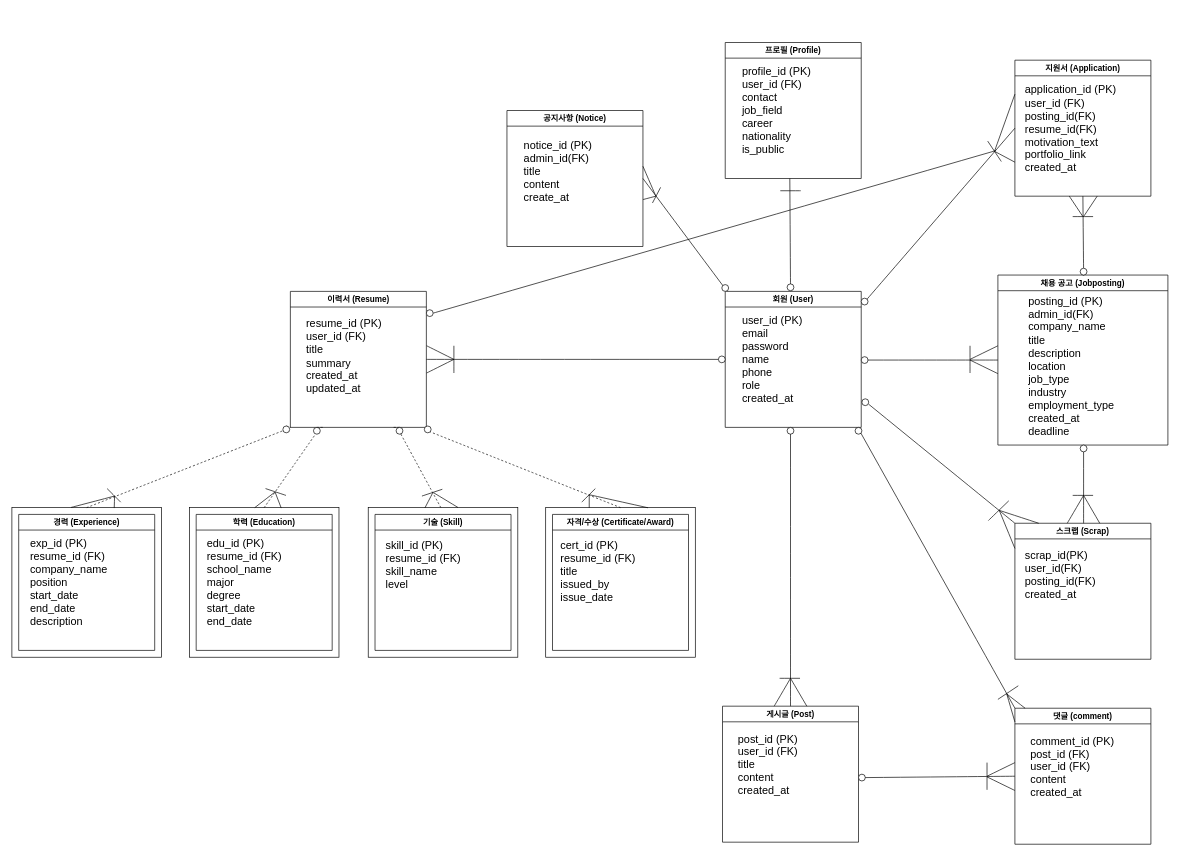
learnner-ms/WebProject keeps this draw.io diagram as test1.drawio. Above is the earlier version. Source tidied: cells renumbered, new cells numbered last; positions are measured from the earlier drawing's top-left corner, leaving out a move shared by most shapes. Both pictures are drawn from the tidied source at 68%, with x=0, y=0 at pixel (12, 42).
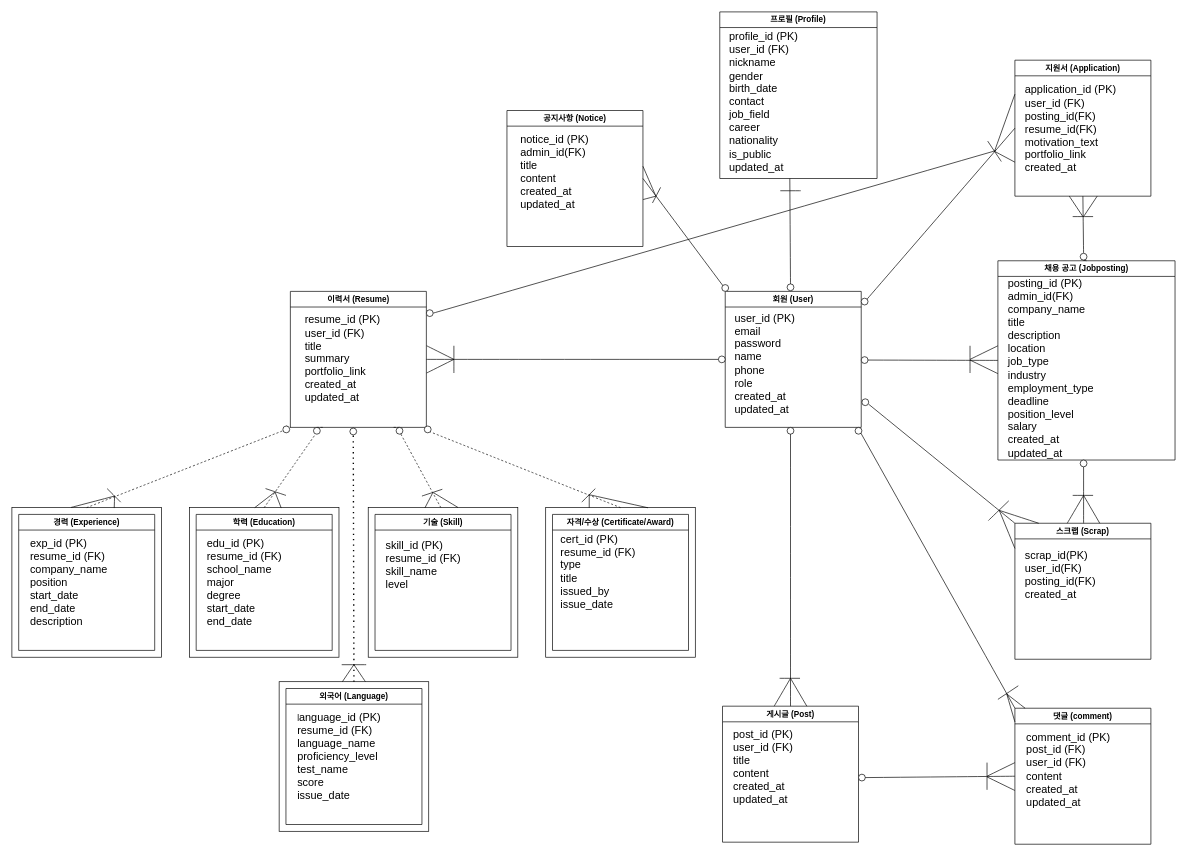
Above is the later version.

Unchanged cells that the change refers to:
```xml
<mxCell id="3" value="회원 (User)" style="swimlane;whiteSpace=wrap;html=1;" parent="1" vertex="1">
  <mxGeometry x="1049" y="366" width="200" height="200" as="geometry" />
</mxCell>
<mxCell id="7" value="이력서 (Resume)" style="swimlane;whiteSpace=wrap;html=1;" parent="1" vertex="1">
  <mxGeometry x="409.5" y="366" width="200" height="200" as="geometry" />
</mxCell>
<mxCell id="21" style="group;" parent="1" vertex="1">
  <mxGeometry x="785" y="684" width="220" height="220" as="geometry" />
</mxCell>
<mxCell id="85" value="게시글 (Post)" style="swimlane;whiteSpace=wrap;html=1;" parent="1" vertex="1">
  <mxGeometry x="1045" y="976" width="200" height="200" as="geometry" />
</mxCell>
<mxCell id="87" value="댓글 (comment)" style="swimlane;whiteSpace=wrap;html=1;" parent="1" vertex="1">
  <mxGeometry x="1475" y="979" width="200" height="200" as="geometry" />
</mxCell>
<mxCell id="104" value="공지사항 (Notice)" style="swimlane;whiteSpace=wrap;html=1;" parent="1" vertex="1">
  <mxGeometry x="728" y="100" width="200" height="200" as="geometry" />
</mxCell>
```

What changed in the source:
```diff
@@
-    <mxCell id="4" value="user_id (PK)&lt;div&gt;email&lt;/div&gt;&lt;div&gt;password&lt;/div&gt;&lt;div&gt;name&lt;/div&gt;&lt;div&gt;phone&lt;/div&gt;&lt;div&gt;role&lt;/div&gt;&lt;div&gt;created_at&lt;/div&gt;" style="text;html=1;align=left;verticalAlign=middle;strokeColor=none;fillColor=none;fontSize=16;" parent="3" vertex="1">
-      <mxGeometry x="23" y="25" width="110" height="150" as="geometry" />
+    <mxCell id="4" value="user_id (PK)&lt;div&gt;email&lt;/div&gt;&lt;div&gt;password&lt;/div&gt;&lt;div&gt;name&lt;/div&gt;&lt;div&gt;phone&lt;/div&gt;&lt;div&gt;role&lt;/div&gt;&lt;div&gt;created_at&lt;/div&gt;&lt;div&gt;updated_at&lt;/div&gt;" style="text;html=1;align=left;verticalAlign=middle;strokeColor=none;fillColor=none;fontSize=16;" parent="3" vertex="1">
+      <mxGeometry x="12" y="23" width="107" height="166" as="geometry" />
     </mxCell>
     <mxCell id="5" value="프로필 (Profile)" style="swimlane;whiteSpace=wrap;html=1;" parent="1" vertex="1">
-      <mxGeometry x="1049" width="200" height="200" as="geometry" />
+      <mxGeometry x="1041" y="-45" width="231.3" height="245" as="geometry" />
     </mxCell>
-    <mxCell id="6" value="profile_id (PK)&lt;div&gt;user_id (FK)&lt;/div&gt;&lt;div&gt;contact&lt;/div&gt;&lt;div&gt;job_field&lt;/div&gt;&lt;div&gt;career&lt;/div&gt;&lt;div&gt;nationality&lt;/div&gt;&lt;div&gt;is_public&lt;/div&gt;" style="text;html=1;align=left;verticalAlign=middle;strokeColor=none;fillColor=none;fontSize=16;" parent="5" vertex="1">
-      <mxGeometry x="23" y="25" width="120" height="150" as="geometry" />
+    <mxCell id="6" value="profile_id (PK)&lt;div&gt;user_id (FK)&lt;/div&gt;&lt;div&gt;nickname&lt;/div&gt;&lt;div&gt;gender&lt;/div&gt;&lt;div&gt;birth_date&lt;/div&gt;&lt;div&gt;contact&lt;/div&gt;&lt;div&gt;job_field&lt;/div&gt;&lt;div&gt;career&lt;/div&gt;&lt;div&gt;nationality&lt;/div&gt;&lt;div&gt;is_public&lt;/div&gt;&lt;div&gt;updated_at&lt;/div&gt;" style="text;html=1;align=left;verticalAlign=middle;strokeColor=none;fillColor=none;fontSize=16;" parent="5" vertex="1">
+      <mxGeometry x="12" y="20" width="119" height="223" as="geometry" />
     </mxCell>
@@
-    <mxCell id="8" value="resume_id (PK)&lt;div&gt;user_id (FK)&lt;/div&gt;&lt;div&gt;title&lt;/div&gt;&lt;div&gt;summary&lt;/div&gt;&lt;div&gt;created_at&lt;/div&gt;&lt;div&gt;updated_at&lt;/div&gt;" style="text;html=1;align=left;verticalAlign=middle;strokeColor=none;fillColor=none;fontSize=16;" parent="7" vertex="1">
-      <mxGeometry x="21" y="30" width="130" height="130" as="geometry" />
+    <mxCell id="8" value="resume_id (PK)&lt;div&gt;user_id (FK)&lt;/div&gt;&lt;div&gt;title&lt;/div&gt;&lt;div&gt;summary&lt;/div&gt;&lt;div&gt;portfolio_link&lt;/div&gt;&lt;div&gt;created_at&lt;/div&gt;&lt;div&gt;updated_at&lt;/div&gt;" style="text;html=1;align=left;verticalAlign=middle;strokeColor=none;fillColor=none;fontSize=16;" parent="7" vertex="1">
+      <mxGeometry x="19" y="26" width="129" height="146" as="geometry" />
     </mxCell>
@@
-    <mxCell id="24" value="&lt;font style=&quot;font-size: 16px;&quot;&gt;cert_id (PK)&lt;/font&gt;&lt;div&gt;&lt;font style=&quot;font-size: 16px;&quot;&gt;resume_id (FK)&lt;/font&gt;&lt;/div&gt;&lt;div&gt;&lt;span style=&quot;font-size: 16px;&quot;&gt;title&lt;/span&gt;&lt;/div&gt;&lt;div&gt;&lt;span style=&quot;font-size: 16px;&quot;&gt;issued_by&lt;/span&gt;&lt;/div&gt;&lt;div&gt;&lt;span style=&quot;font-size: 16px;&quot;&gt;issue_date&lt;/span&gt;&lt;/div&gt;" style="text;html=1;align=left;verticalAlign=middle;whiteSpace=wrap;rounded=0;" parent="21" vertex="1">
+    <mxCell id="24" value="&lt;font style=&quot;font-size: 16px;&quot;&gt;cert_id (PK)&lt;/font&gt;&lt;div&gt;&lt;font style=&quot;font-size: 16px;&quot;&gt;resume_id (FK)&lt;/font&gt;&lt;/div&gt;&lt;div&gt;&lt;span style=&quot;font-size: 16px;&quot;&gt;type&lt;/span&gt;&lt;/div&gt;&lt;div&gt;&lt;span style=&quot;font-size: 16px;&quot;&gt;title&lt;/span&gt;&lt;/div&gt;&lt;div&gt;&lt;span style=&quot;font-size: 16px;&quot;&gt;issued_by&lt;/span&gt;&lt;/div&gt;&lt;div&gt;&lt;span style=&quot;font-size: 16px;&quot;&gt;issue_date&lt;/span&gt;&lt;/div&gt;" style="text;html=1;align=left;verticalAlign=middle;whiteSpace=wrap;rounded=0;" parent="21" vertex="1">
       <mxGeometry x="20" y="39" width="140" height="110" as="geometry" />
     </mxCell>
@@
     <mxCell id="57" value="채용 공고 (Jobposting)" style="swimlane;whiteSpace=wrap;html=1;" parent="1" vertex="1">
-      <mxGeometry x="1450" y="342" width="250" height="250" as="geometry" />
+      <mxGeometry x="1450" y="321" width="260.5" height="293" as="geometry" />
     </mxCell>
-    <mxCell id="58" value="&lt;font&gt;posting_id (PK)&lt;/font&gt;&lt;div&gt;&lt;font&gt;admin_id(FK)&lt;/font&gt;&lt;/div&gt;&lt;div&gt;&lt;font&gt;company_name&lt;/font&gt;&lt;/div&gt;&lt;div&gt;&lt;font&gt;title&lt;/font&gt;&lt;/div&gt;&lt;div&gt;&lt;font&gt;description&lt;/font&gt;&lt;/div&gt;&lt;div&gt;&lt;font&gt;location&lt;/font&gt;&lt;/div&gt;&lt;div&gt;&lt;div&gt;&lt;font&gt;job_type&lt;/font&gt;&lt;/div&gt;&lt;div&gt;&lt;font&gt;industry&lt;/font&gt;&lt;/div&gt;&lt;div&gt;&lt;font&gt;employment_type&lt;/font&gt;&lt;/div&gt;&lt;div&gt;&lt;font&gt;created_at&lt;/font&gt;&lt;/div&gt;&lt;div&gt;&lt;font&gt;deadline&lt;/font&gt;&lt;/div&gt;&lt;/div&gt;" style="text;html=1;align=left;verticalAlign=middle;strokeColor=none;fillColor=none;fontSize=16;" parent="57" vertex="1">
-      <mxGeometry x="43" y="24" width="150" height="220" as="geometry" />
+    <mxCell id="58" value="&lt;font&gt;posting_id (PK)&lt;/font&gt;&lt;div&gt;&lt;font&gt;admin_id(FK)&lt;/font&gt;&lt;/div&gt;&lt;div&gt;&lt;font&gt;company_name&lt;/font&gt;&lt;/div&gt;&lt;div&gt;&lt;font&gt;title&lt;/font&gt;&lt;/div&gt;&lt;div&gt;&lt;font&gt;description&lt;/font&gt;&lt;/div&gt;&lt;div&gt;&lt;font&gt;location&lt;/font&gt;&lt;/div&gt;&lt;div&gt;&lt;div&gt;&lt;font&gt;job_type&lt;/font&gt;&lt;/div&gt;&lt;div&gt;&lt;font&gt;industry&lt;/font&gt;&lt;/div&gt;&lt;div&gt;&lt;font&gt;employment_type&lt;/font&gt;&lt;/div&gt;&lt;div&gt;&lt;font&gt;deadline&lt;/font&gt;&lt;/div&gt;&lt;/div&gt;&lt;div&gt;position_level&lt;/div&gt;&lt;div&gt;salary&lt;/div&gt;&lt;div&gt;&lt;div&gt;created_at&lt;/div&gt;&lt;div&gt;updated_at&lt;/div&gt;&lt;/div&gt;" style="text;html=1;align=left;verticalAlign=middle;strokeColor=none;fillColor=none;fontSize=16;" parent="57" vertex="1">
+      <mxGeometry x="13" y="17" width="144" height="281" as="geometry" />
     </mxCell>
@@
     <mxCell id="73" style="ellipse;whiteSpace=wrap;html=1;" parent="1" vertex="1">
-      <mxGeometry x="1571" y="332" width="10" height="10" as="geometry" />
+      <mxGeometry x="1571" y="310" width="10" height="10" as="geometry" />
     </mxCell>
@@
-    <mxCell id="79" style="endArrow=none;html=1;rounded=0;fontSize=12;startSize=8;endSize=8;curved=1;entryX=0.5;entryY=1;entryDx=0;entryDy=0;exitX=0.5;exitY=0;exitDx=0;exitDy=0;" parent="1" edge="1" source="81">
-      <mxGeometry relative="1" as="geometry">
-        <mxPoint x="1578" y="601" as="targetPoint" />
-      </mxGeometry>
-    </mxCell>
@@
     <mxCell id="81" style="ellipse;whiteSpace=wrap;html=1;" parent="1" vertex="1">
-      <mxGeometry x="1571" y="592" width="10" height="10" as="geometry" />
+      <mxGeometry x="1571" y="614" width="10" height="10" as="geometry" />
     </mxCell>
@@
-    <mxCell id="86" value="post_id (PK)&lt;div&gt;user_id (FK)&lt;/div&gt;&lt;div&gt;title&lt;/div&gt;&lt;div&gt;content&lt;/div&gt;&lt;div&gt;created_at&lt;/div&gt;" style="text;html=1;align=left;verticalAlign=middle;strokeColor=none;fillColor=none;fontSize=16;" parent="85" vertex="1">
-      <mxGeometry x="21" y="31" width="110" height="110" as="geometry" />
+    <mxCell id="86" value="post_id (PK)&lt;div&gt;user_id (FK)&lt;/div&gt;&lt;div&gt;title&lt;/div&gt;&lt;div&gt;content&lt;/div&gt;&lt;div&gt;created_at&lt;/div&gt;&lt;div&gt;updated_at&lt;/div&gt;" style="text;html=1;align=left;verticalAlign=middle;strokeColor=none;fillColor=none;fontSize=16;" parent="85" vertex="1">
+      <mxGeometry x="14" y="25" width="106" height="127" as="geometry" />
     </mxCell>
@@
-    <mxCell id="88" value="comment_id (PK)&lt;div&gt;post_id (FK)&lt;/div&gt;&lt;div&gt;user_id (FK)&lt;/div&gt;&lt;div&gt;content&lt;/div&gt;&lt;div&gt;created_at&lt;/div&gt;" style="text;html=1;align=left;verticalAlign=middle;strokeColor=none;fillColor=none;fontSize=16;" parent="87" vertex="1">
-      <mxGeometry x="21" y="31" width="150" height="110" as="geometry" />
+    <mxCell id="88" value="comment_id (PK)&lt;div&gt;post_id (FK)&lt;/div&gt;&lt;div&gt;user_id (FK)&lt;/div&gt;&lt;div&gt;content&lt;/div&gt;&lt;div&gt;created_at&lt;/div&gt;&lt;div&gt;updated_at&lt;/div&gt;" style="text;html=1;align=left;verticalAlign=middle;strokeColor=none;fillColor=none;fontSize=16;" parent="87" vertex="1">
+      <mxGeometry x="15" y="26" width="142" height="127" as="geometry" />
     </mxCell>
@@
-    <mxCell id="105" value="notice_id (PK)&lt;div&gt;admin_id(FK)&lt;/div&gt;&lt;div&gt;title&lt;/div&gt;&lt;div&gt;content&lt;/div&gt;&lt;div&gt;create_at&lt;/div&gt;" style="text;html=1;align=left;verticalAlign=middle;strokeColor=none;fillColor=none;fontSize=16;" parent="104" vertex="1">
-      <mxGeometry x="23" y="34" width="120" height="110" as="geometry" />
+    <mxCell id="105" value="notice_id (PK)&lt;div&gt;admin_id(FK)&lt;/div&gt;&lt;div&gt;title&lt;/div&gt;&lt;div&gt;content&lt;/div&gt;&lt;div&gt;created_at&lt;/div&gt;&lt;div&gt;updated_at&lt;/div&gt;" style="text;html=1;align=left;verticalAlign=middle;strokeColor=none;fillColor=none;fontSize=16;" parent="104" vertex="1">
+      <mxGeometry x="18" y="26" width="118" height="127" as="geometry" />
     </mxCell>
@@
+    <mxCell id="117" style="group;" parent="1" vertex="1">
+      <mxGeometry x="393" y="940" width="220" height="220" as="geometry" />
+    </mxCell>
+    <mxCell id="118" style="rounded=0;whiteSpace=wrap;html=1;" parent="117" vertex="1">
+      <mxGeometry width="220" height="220" as="geometry" />
+    </mxCell>
+    <mxCell id="119" value="외국어 (Language)" style="swimlane;whiteSpace=wrap;html=1;" parent="117" vertex="1">
+      <mxGeometry x="10" y="10" width="200" height="200" as="geometry" />
+    </mxCell>
+    <mxCell id="120" value="l&lt;font style=&quot;font-size: 16px;&quot;&gt;anguage_id (PK)&lt;/font&gt;&lt;div&gt;&lt;font style=&quot;font-size: 16px;&quot;&gt;resume_id (FK)&lt;/font&gt;&lt;/div&gt;&lt;div&gt;&lt;font style=&quot;font-size: 16px;&quot;&gt;language_name&lt;/font&gt;&lt;/div&gt;&lt;div&gt;&lt;font style=&quot;font-size: 16px;&quot;&gt;proficiency_level&lt;/font&gt;&lt;/div&gt;&lt;div&gt;&lt;font style=&quot;font-size: 16px;&quot;&gt;test_name&lt;/font&gt;&lt;/div&gt;&lt;div&gt;&lt;font style=&quot;font-size: 16px;&quot;&gt;score&lt;/font&gt;&lt;/div&gt;&lt;div&gt;&lt;font style=&quot;font-size: 16px;&quot;&gt;issue_date&lt;/font&gt;&lt;/div&gt;" style="text;html=1;align=left;verticalAlign=middle;whiteSpace=wrap;rounded=0;" parent="119" vertex="1">
+      <mxGeometry x="15" y="30" width="140" height="140" as="geometry" />
+    </mxCell>
+    <mxCell id="121" style="ellipse;whiteSpace=wrap;html=1;" parent="1" vertex="1">
+      <mxGeometry x="497" y="567" width="10" height="10" as="geometry" />
+    </mxCell>
+    <mxCell id="122" style="endArrow=none;dashed=1;html=1;dashPattern=1 3;strokeWidth=2;rounded=0;fontSize=12;startSize=8;endSize=8;curved=1;entryX=0.5;entryY=1;entryDx=0;entryDy=0;exitX=0.5;exitY=0;exitDx=0;exitDy=0;" parent="1" edge="1" source="118" target="121">
+      <mxGeometry relative="1" as="geometry" />
+    </mxCell>
+    <mxCell id="123" style="endArrow=none;html=1;rounded=0;fontSize=12;startSize=8;endSize=8;curved=1;" parent="1" edge="1">
+      <mxGeometry relative="1" as="geometry">
+        <mxPoint x="521" y="915" as="sourcePoint" />
+        <mxPoint x="485" y="915" as="targetPoint" />
+      </mxGeometry>
+    </mxCell>
+    <mxCell id="124" style="endArrow=none;html=1;rounded=0;fontSize=12;startSize=8;endSize=8;curved=1;exitX=0.586;exitY=0;exitDx=0;exitDy=0;exitPerimeter=0;" parent="1" edge="1">
+      <mxGeometry relative="1" as="geometry">
+        <mxPoint x="519.9" y="940" as="sourcePoint" />
+        <mxPoint x="503" y="915" as="targetPoint" />
+      </mxGeometry>
+    </mxCell>
+    <mxCell id="125" style="endArrow=none;html=1;rounded=0;fontSize=12;startSize=8;endSize=8;curved=1;exitX=0.586;exitY=0;exitDx=0;exitDy=0;exitPerimeter=0;" parent="1" edge="1">
+      <mxGeometry relative="1" as="geometry">
+        <mxPoint x="502.9" y="915" as="sourcePoint" />
+        <mxPoint x="486" y="940" as="targetPoint" />
+      </mxGeometry>
+    </mxCell>
```
